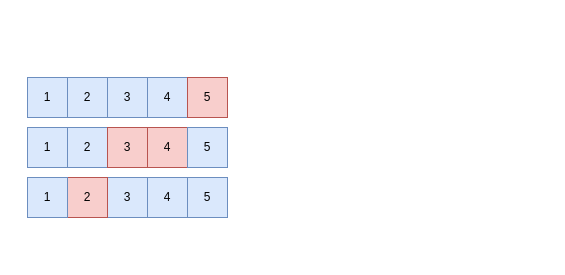
Earlier version of the draw.io diagram 2024_BOJ/drawio/31537.drawio (celbeing/PS_STUDY). Source tidied: cells renumbered, new cells numbered last; positions are measured from the earlier drawing's top-left corner, leaving out a move shared by most shapes. Both pictures are drawn from the tidied source at 100%, with x=0, y=0 at pixel (17, 67).
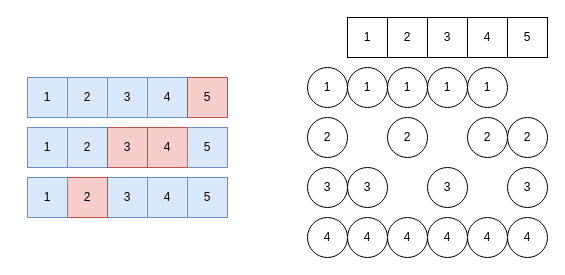
The same page after the edit.

The edit, as a diff of the source:
```diff
@@
+    <mxCell id="18" value="1" style="rounded=0;whiteSpace=wrap;html=1;" parent="1" vertex="1">
+      <mxGeometry x="330" y="-50" width="40" height="40" as="geometry" />
+    </mxCell>
+    <mxCell id="19" value="2" style="rounded=0;whiteSpace=wrap;html=1;" parent="1" vertex="1">
+      <mxGeometry x="370" y="-50" width="40" height="40" as="geometry" />
+    </mxCell>
+    <mxCell id="20" value="3" style="rounded=0;whiteSpace=wrap;html=1;" parent="1" vertex="1">
+      <mxGeometry x="410" y="-50" width="40" height="40" as="geometry" />
+    </mxCell>
+    <mxCell id="21" value="4" style="rounded=0;whiteSpace=wrap;html=1;" parent="1" vertex="1">
+      <mxGeometry x="450" y="-50" width="40" height="40" as="geometry" />
+    </mxCell>
+    <mxCell id="22" value="5" style="rounded=0;whiteSpace=wrap;html=1;" parent="1" vertex="1">
+      <mxGeometry x="490" y="-50" width="40" height="40" as="geometry" />
+    </mxCell>
+    <mxCell id="23" value="1" style="ellipse;whiteSpace=wrap;html=1;" parent="1" vertex="1">
+      <mxGeometry x="290" width="40" height="40" as="geometry" />
+    </mxCell>
+    <mxCell id="24" value="2" style="ellipse;whiteSpace=wrap;html=1;" parent="1" vertex="1">
+      <mxGeometry x="290" y="50" width="40" height="40" as="geometry" />
+    </mxCell>
+    <mxCell id="25" value="3" style="ellipse;whiteSpace=wrap;html=1;" parent="1" vertex="1">
+      <mxGeometry x="290" y="100" width="40" height="40" as="geometry" />
+    </mxCell>
+    <mxCell id="26" value="4" style="ellipse;whiteSpace=wrap;html=1;" parent="1" vertex="1">
+      <mxGeometry x="290" y="150" width="40" height="40" as="geometry" />
+    </mxCell>
+    <mxCell id="27" value="1" style="ellipse;whiteSpace=wrap;html=1;" parent="1" vertex="1">
+      <mxGeometry x="330" width="40" height="40" as="geometry" />
+    </mxCell>
+    <mxCell id="28" value="1" style="ellipse;whiteSpace=wrap;html=1;" parent="1" vertex="1">
+      <mxGeometry x="370" width="40" height="40" as="geometry" />
+    </mxCell>
+    <mxCell id="29" value="1" style="ellipse;whiteSpace=wrap;html=1;" parent="1" vertex="1">
+      <mxGeometry x="410" width="40" height="40" as="geometry" />
+    </mxCell>
+    <mxCell id="30" value="1" style="ellipse;whiteSpace=wrap;html=1;" parent="1" vertex="1">
+      <mxGeometry x="450" width="40" height="40" as="geometry" />
+    </mxCell>
+    <mxCell id="31" value="2" style="ellipse;whiteSpace=wrap;html=1;" parent="1" vertex="1">
+      <mxGeometry x="490" y="50" width="40" height="40" as="geometry" />
+    </mxCell>
+    <mxCell id="32" value="2" style="ellipse;whiteSpace=wrap;html=1;" parent="1" vertex="1">
+      <mxGeometry x="370" y="50" width="40" height="40" as="geometry" />
+    </mxCell>
+    <mxCell id="33" value="2" style="ellipse;whiteSpace=wrap;html=1;" parent="1" vertex="1">
+      <mxGeometry x="450" y="50" width="40" height="40" as="geometry" />
+    </mxCell>
+    <mxCell id="34" value="3" style="ellipse;whiteSpace=wrap;html=1;" parent="1" vertex="1">
+      <mxGeometry x="330" y="100" width="40" height="40" as="geometry" />
+    </mxCell>
+    <mxCell id="35" value="3" style="ellipse;whiteSpace=wrap;html=1;" parent="1" vertex="1">
+      <mxGeometry x="410" y="100" width="40" height="40" as="geometry" />
+    </mxCell>
+    <mxCell id="36" value="3" style="ellipse;whiteSpace=wrap;html=1;" parent="1" vertex="1">
+      <mxGeometry x="490" y="100" width="40" height="40" as="geometry" />
+    </mxCell>
+    <mxCell id="37" value="4" style="ellipse;whiteSpace=wrap;html=1;" parent="1" vertex="1">
+      <mxGeometry x="330" y="150" width="40" height="40" as="geometry" />
+    </mxCell>
+    <mxCell id="38" value="4" style="ellipse;whiteSpace=wrap;html=1;" parent="1" vertex="1">
+      <mxGeometry x="370" y="150" width="40" height="40" as="geometry" />
+    </mxCell>
+    <mxCell id="39" value="4" style="ellipse;whiteSpace=wrap;html=1;" parent="1" vertex="1">
+      <mxGeometry x="410" y="150" width="40" height="40" as="geometry" />
+    </mxCell>
+    <mxCell id="40" value="4" style="ellipse;whiteSpace=wrap;html=1;" parent="1" vertex="1">
+      <mxGeometry x="450" y="150" width="40" height="40" as="geometry" />
+    </mxCell>
+    <mxCell id="41" value="4" style="ellipse;whiteSpace=wrap;html=1;" parent="1" vertex="1">
+      <mxGeometry x="490" y="150" width="40" height="40" as="geometry" />
+    </mxCell>
```
